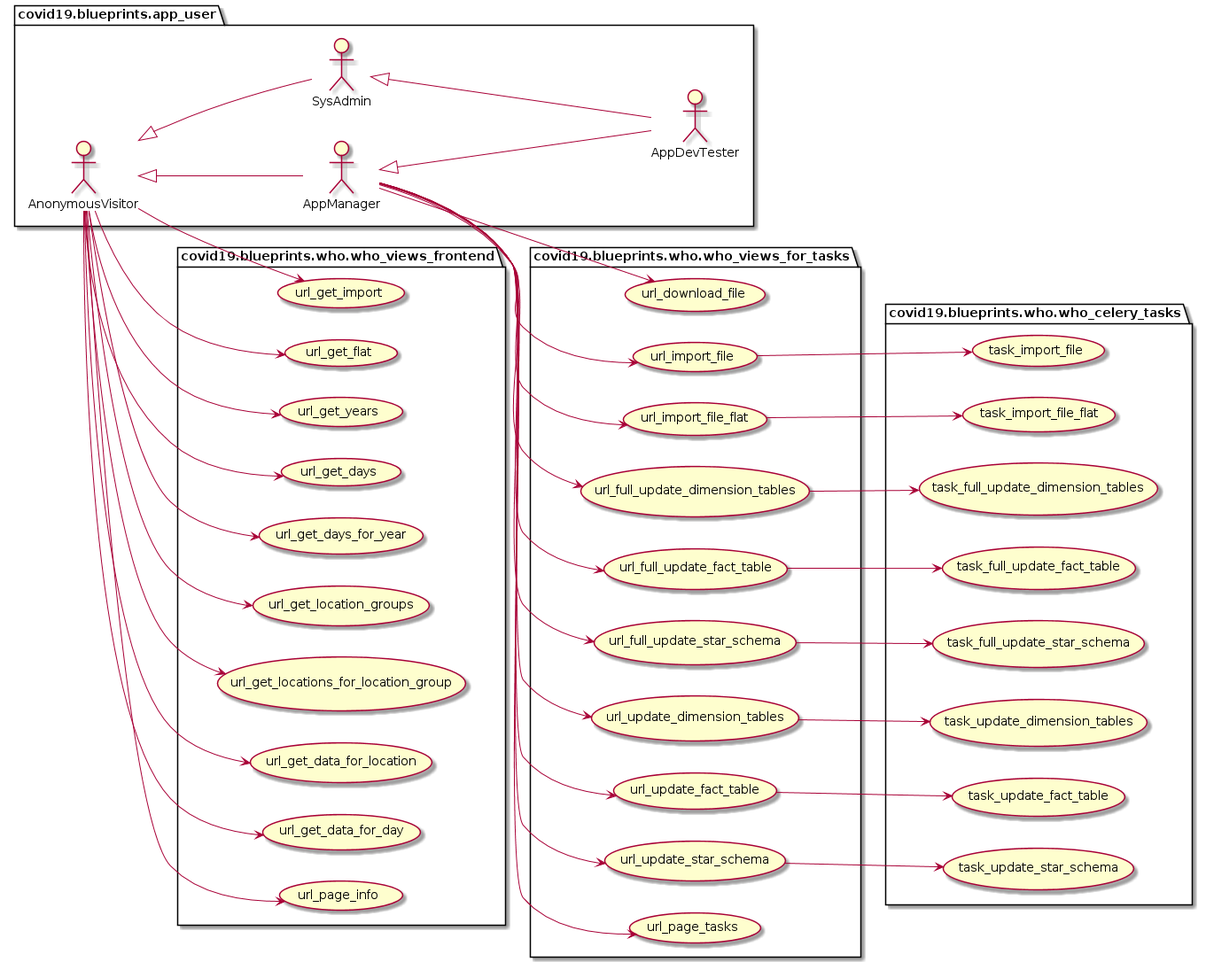
thomaswoehlke/flask_covid19 keeps this PlantUML diagram as docs/uml/data_who/who_use_cases_impl.png. Above is the earlier version.
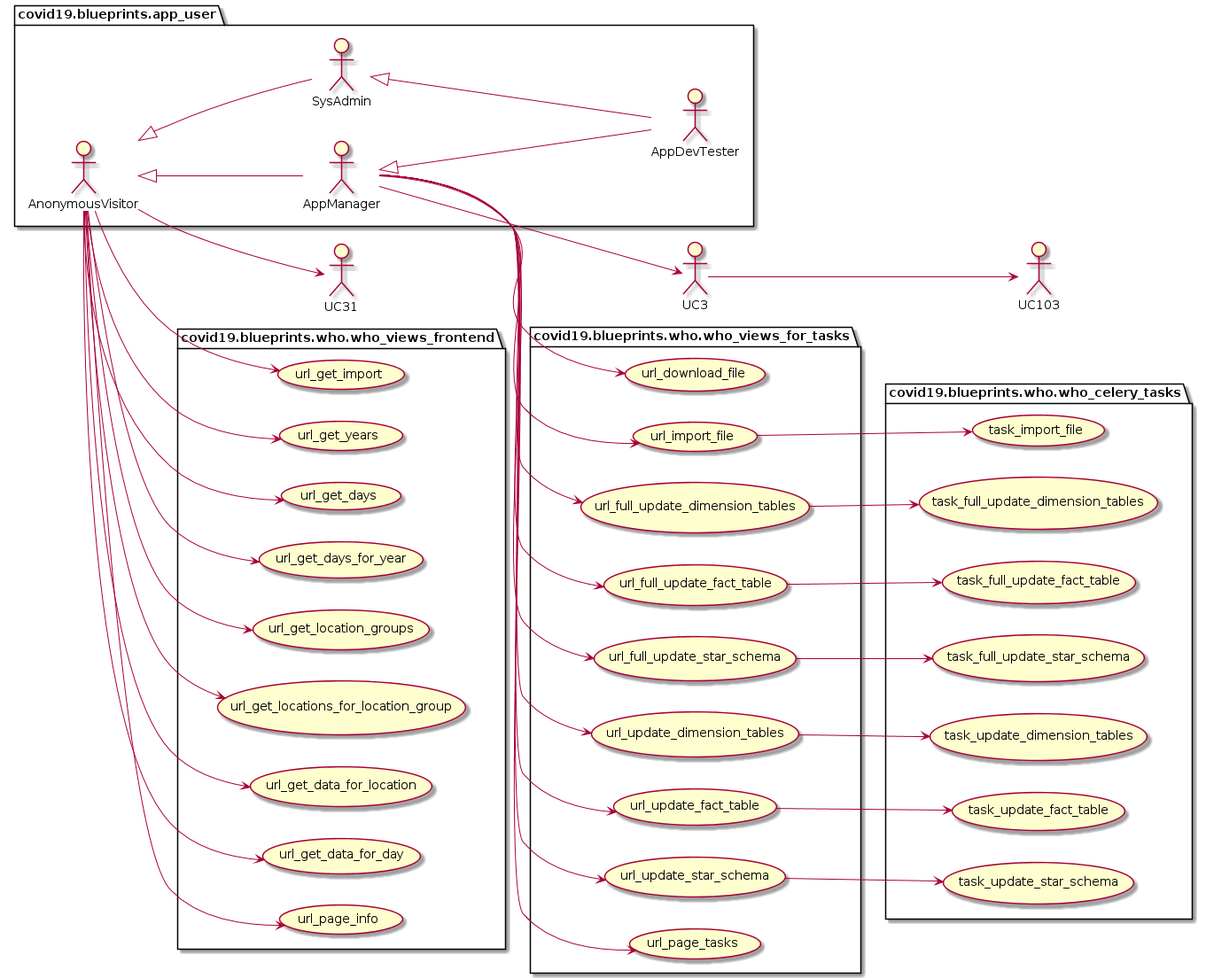
After the commit.

Change to the diagram source:
```diff
@@ -14,7 +14,6 @@
 }
 package covid19.blueprints.who.who_views_frontend {
 	usecase url_get_import as UC30
-	usecase url_get_flat as UC31
 	usecase url_get_years as UC40
 	usecase url_get_days as UC41
 	usecase url_get_days_for_year as UC42
@@ -37,7 +36,6 @@
 package covid19.blueprints.who.who_views_for_tasks {
 	usecase url_download_file as UC1
 	usecase url_import_file as UC2
-	usecase url_import_file_flat as UC3
 	usecase url_full_update_dimension_tables as UC10
 	usecase url_full_update_fact_table as UC11
 	usecase url_full_update_star_schema as UC12
@@ -58,7 +56,6 @@
 au --> UC81
 package covid19.blueprints.who.who_celery_tasks {
 	usecase task_import_file as UC102
-	usecase task_import_file_flat as UC103
 	usecase task_full_update_dimension_tables as UC110
 	usecase task_full_update_fact_table as UC111
 	usecase task_full_update_star_schema as UC112
```
